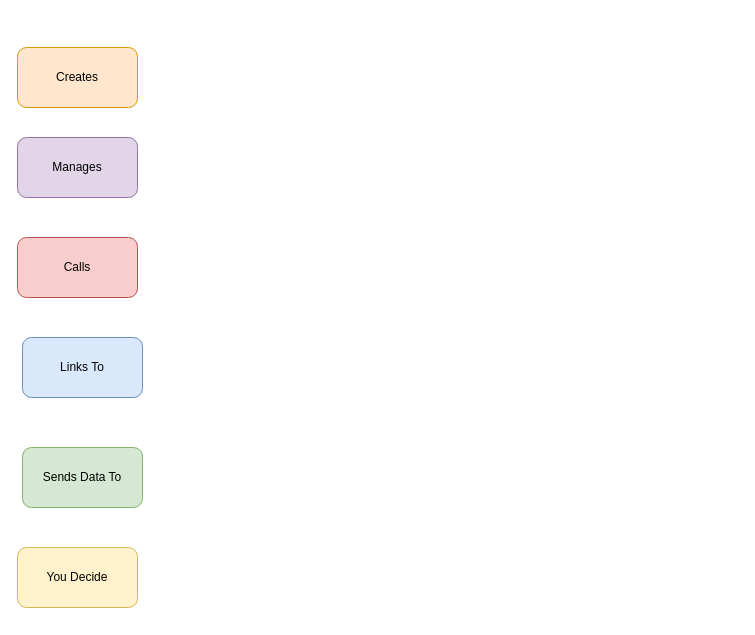
Above: diagram/StorageManager.drawio in ArturCortez/learn-with-jordyn (draw.io), before the change. Source tidied: cells renumbered, new cells numbered last; positions are measured from the earlier drawing's top-left corner, leaving out a move shared by most shapes. Both pictures are drawn from the tidied source at 100%, with x=0, y=0 at pixel (17, 47).
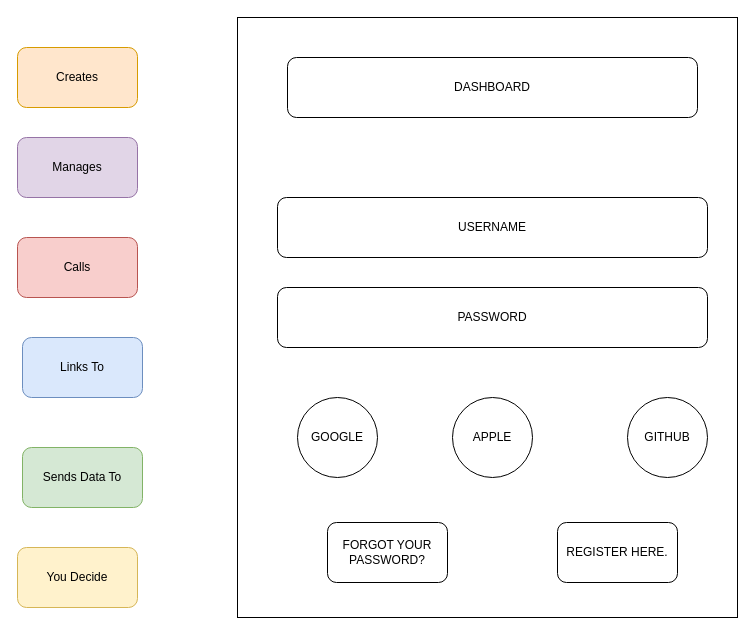
The same diagram, later.

What changed in the source:
```diff
@@
 <mxGraphModel>
   <root>
     <mxCell id="0" />
     <mxCell id="1" parent="0" />
     <mxCell id="2" value="Creates" style="rounded=1;whiteSpace=wrap;html=1;fillColor=#ffe6cc;strokeColor=#d79b00;" parent="1" vertex="1">
       <mxGeometry width="120" height="60" as="geometry" />
     </mxCell>
     <mxCell id="3" value="You Decide" style="rounded=1;whiteSpace=wrap;html=1;fillColor=#fff2cc;strokeColor=#d6b656;" parent="1" vertex="1">
       <mxGeometry y="500" width="120" height="60" as="geometry" />
     </mxCell>
     <mxCell id="4" value="Sends Data To" style="rounded=1;whiteSpace=wrap;html=1;fillColor=#d5e8d4;strokeColor=#82b366;" parent="1" vertex="1">
       <mxGeometry x="5" y="400" width="120" height="60" as="geometry" />
     </mxCell>
     <mxCell id="5" value="Links To" style="rounded=1;whiteSpace=wrap;html=1;fillColor=#dae8fc;strokeColor=#6c8ebf;" parent="1" vertex="1">
       <mxGeometry x="5" y="290" width="120" height="60" as="geometry" />
     </mxCell>
     <mxCell id="6" value="Calls" style="rounded=1;whiteSpace=wrap;html=1;fillColor=#f8cecc;strokeColor=#b85450;" parent="1" vertex="1">
       <mxGeometry y="190" width="120" height="60" as="geometry" />
     </mxCell>
     <mxCell id="7" value="Manages" style="rounded=1;whiteSpace=wrap;html=1;fillColor=#e1d5e7;strokeColor=#9673a6;" parent="1" vertex="1">
       <mxGeometry y="90" width="120" height="60" as="geometry" />
     </mxCell>
+    <mxCell id="8" style="rounded=0;whiteSpace=wrap;html=1;" parent="1" vertex="1">
+      <mxGeometry x="220" y="-30" width="500" height="600" as="geometry" />
+    </mxCell>
+    <mxCell id="9" value="DASHBOARD" style="rounded=1;whiteSpace=wrap;html=1;" parent="1" vertex="1">
+      <mxGeometry x="270" y="10" width="410" height="60" as="geometry" />
+    </mxCell>
+    <mxCell id="10" value="USERNAME" style="rounded=1;whiteSpace=wrap;html=1;" parent="1" vertex="1">
+      <mxGeometry x="260" y="150" width="430" height="60" as="geometry" />
+    </mxCell>
+    <mxCell id="11" value="PASSWORD" style="rounded=1;whiteSpace=wrap;html=1;" parent="1" vertex="1">
+      <mxGeometry x="260" y="240" width="430" height="60" as="geometry" />
+    </mxCell>
+    <mxCell id="12" value="FORGOT YOUR PASSWORD?" style="rounded=1;whiteSpace=wrap;html=1;" parent="1" vertex="1">
+      <mxGeometry x="310" y="475" width="120" height="60" as="geometry" />
+    </mxCell>
+    <mxCell id="13" value="REGISTER HERE." style="rounded=1;whiteSpace=wrap;html=1;" parent="1" vertex="1">
+      <mxGeometry x="540" y="475" width="120" height="60" as="geometry" />
+    </mxCell>
+    <mxCell id="14" value="GOOGLE" style="ellipse;whiteSpace=wrap;html=1;" parent="1" vertex="1">
+      <mxGeometry x="280" y="350" width="80" height="80" as="geometry" />
+    </mxCell>
+    <mxCell id="15" value="APPLE" style="ellipse;whiteSpace=wrap;html=1;" parent="1" vertex="1">
+      <mxGeometry x="435" y="350" width="80" height="80" as="geometry" />
+    </mxCell>
+    <mxCell id="16" value="GITHUB" style="ellipse;whiteSpace=wrap;html=1;" parent="1" vertex="1">
+      <mxGeometry x="610" y="350" width="80" height="80" as="geometry" />
+    </mxCell>
   </root>
 </mxGraphModel>
```
